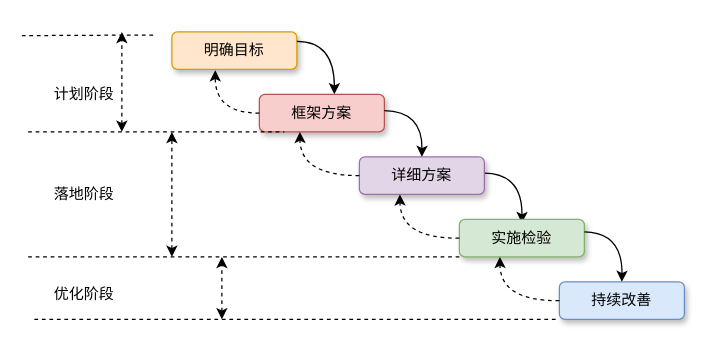
Above: page "第 10 页" (10 of 10) of 模型.drawio in mashifei/uml (draw.io), before the change. Source tidied: cells renumbered, new cells numbered last; positions are measured from the earlier drawing's top-left corner, leaving out a move shared by most shapes. Both pictures are drawn from the tidied source at 125%, with x=0, y=0 at pixel (21, 31).
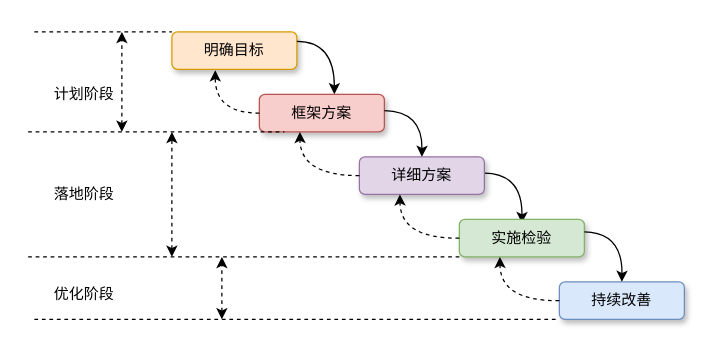
The same diagram, later.

The change refers to these unchanged cells:
```xml
<mxCell id="3" value="明确目标" style="rounded=1;whiteSpace=wrap;html=1;glass=0;shadow=1;sketch=0;fillColor=#ffe6cc;strokeColor=#d79b00;" parent="1" vertex="1">
  <mxGeometry x="120" width="100" height="30" as="geometry" />
</mxCell>
```

What changed in the source:
```diff
@@
-    <mxCell id="20" style="endArrow=none;html=1;dashed=1;" parent="1" edge="1">
+    <mxCell id="20" style="endArrow=none;html=1;dashed=1;entryX=0;entryY=0;entryDx=0;entryDy=0;" parent="1" edge="1" target="3">
       <mxGeometry relative="1" as="geometry">
-        <mxPoint y="3" as="sourcePoint" />
-        <mxPoint x="106" y="2.5" as="targetPoint" />
+        <mxPoint x="10" as="sourcePoint" />
       </mxGeometry>
     </mxCell>
```
